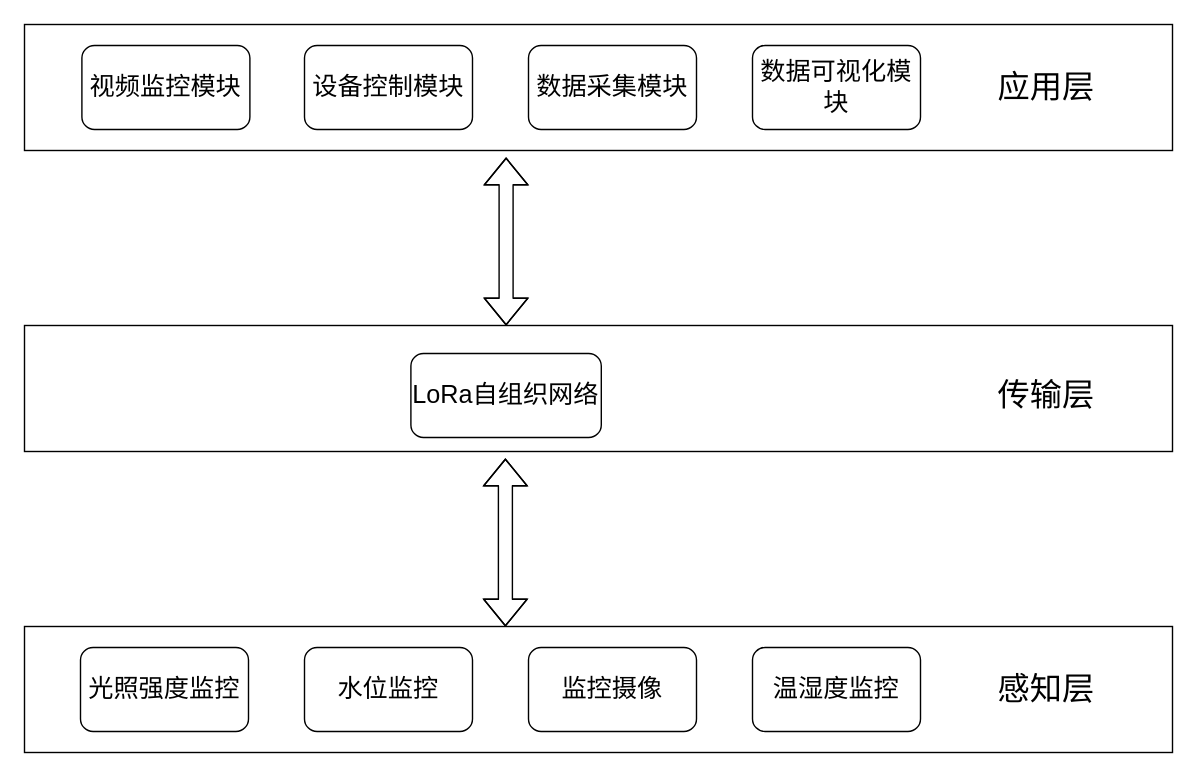
Earlier version of the draw.io diagram 111.drawio (xingxing7290/Hello-World). Source tidied: cells renumbered, new cells numbered last; positions are measured from the earlier drawing's top-left corner, leaving out a move shared by most shapes. Both pictures are drawn from the tidied source at 140%, with x=0, y=0 at pixel (24, 24).
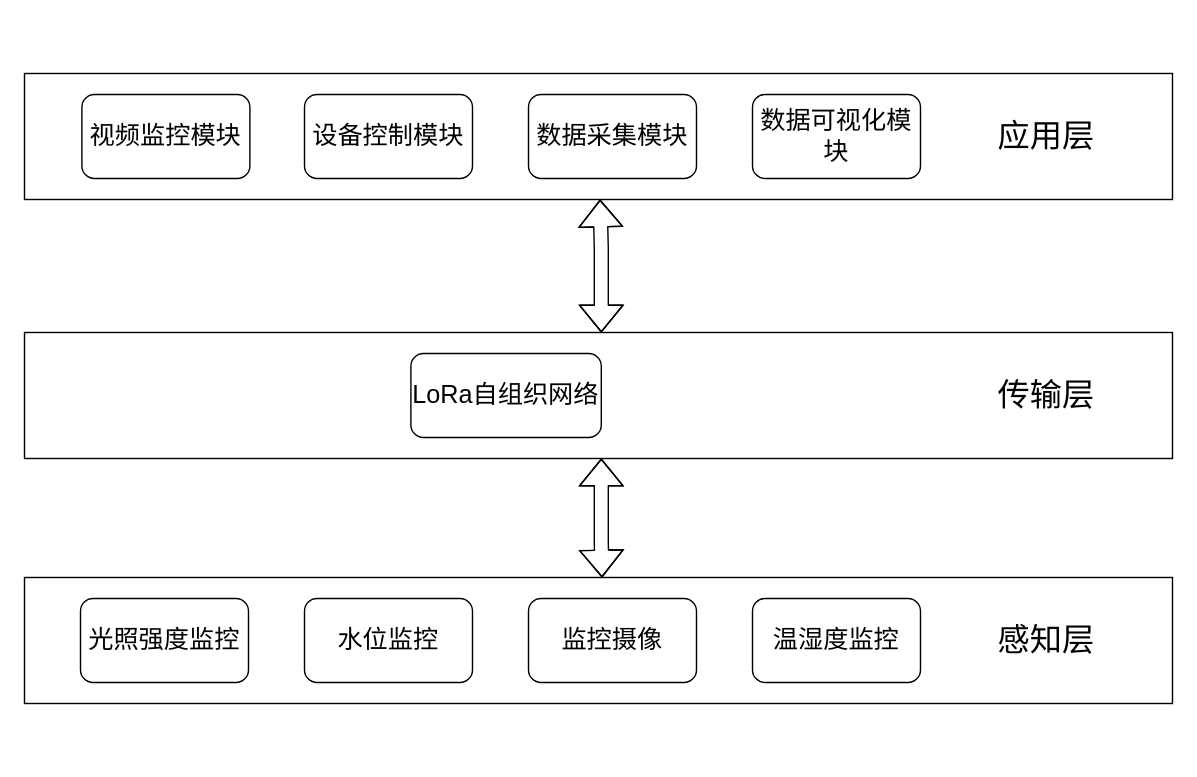
Above is the later version.

Change to the diagram source:
```diff
@@
     <mxCell id="2" style="rounded=0;whiteSpace=wrap;html=1;fontSize=18;" parent="1" vertex="1">
-      <mxGeometry y="430" width="820" height="90" as="geometry" />
+      <mxGeometry y="395" width="820" height="90" as="geometry" />
     </mxCell>
     <mxCell id="3" style="rounded=0;whiteSpace=wrap;html=1;fontSize=18;" parent="1" vertex="1">
-      <mxGeometry y="215" width="820" height="90" as="geometry" />
+      <mxGeometry y="220" width="820" height="90" as="geometry" />
     </mxCell>
     <mxCell id="4" style="rounded=0;whiteSpace=wrap;html=1;fontSize=18;" parent="1" vertex="1">
-      <mxGeometry width="820" height="90" as="geometry" />
+      <mxGeometry y="35" width="820" height="90" as="geometry" />
     </mxCell>
     <mxCell id="5" value="&lt;font style=&quot;font-size: 18px&quot;&gt;视频监控模块&lt;/font&gt;" style="rounded=1;whiteSpace=wrap;html=1;" parent="1" vertex="1">
-      <mxGeometry x="41" y="15" width="120" height="60" as="geometry" />
+      <mxGeometry x="41" y="50" width="120" height="60" as="geometry" />
     </mxCell>
     <mxCell id="6" value="设备控制模块" style="rounded=1;whiteSpace=wrap;html=1;fontSize=18;" parent="1" vertex="1">
-      <mxGeometry x="200" y="15" width="120" height="60" as="geometry" />
+      <mxGeometry x="200" y="50" width="120" height="60" as="geometry" />
     </mxCell>
     <mxCell id="7" value="数据采集模块" style="rounded=1;whiteSpace=wrap;html=1;fontSize=18;" parent="1" vertex="1">
-      <mxGeometry x="360" y="15" width="120" height="60" as="geometry" />
+      <mxGeometry x="360" y="50" width="120" height="60" as="geometry" />
     </mxCell>
     <mxCell id="8" value="数据可视化模块" style="rounded=1;whiteSpace=wrap;html=1;fontSize=18;" parent="1" vertex="1">
-      <mxGeometry x="520" y="15" width="120" height="60" as="geometry" />
+      <mxGeometry x="520" y="50" width="120" height="60" as="geometry" />
     </mxCell>
-    <mxCell id="9" style="shape=flexArrow;endArrow=classic;startArrow=classic;html=1;" parent="1" edge="1">
+    <mxCell id="9" style="shape=flexArrow;endArrow=classic;startArrow=classic;html=1;" parent="1" edge="1" target="4">
       <mxGeometry relative="1" as="geometry">
-        <mxPoint x="344" y="215" as="sourcePoint" />
-        <mxPoint x="344" y="95" as="targetPoint" />
+        <mxPoint x="412" y="220" as="sourcePoint" />
         <Array as="points">
-          <mxPoint x="344" y="155" />
+          <mxPoint x="412" y="160" />
         </Array>
       </mxGeometry>
     </mxCell>
@@
     <mxCell id="11" value="光照强度监控" style="rounded=1;whiteSpace=wrap;html=1;fontSize=18;" parent="1" vertex="1">
-      <mxGeometry x="40" y="445" width="120" height="60" as="geometry" />
+      <mxGeometry x="40" y="410" width="120" height="60" as="geometry" />
     </mxCell>
     <mxCell id="12" style="shape=flexArrow;endArrow=classic;startArrow=classic;html=1;" parent="1" edge="1">
       <mxGeometry relative="1" as="geometry">
-        <mxPoint x="343.5" y="430" as="sourcePoint" />
-        <mxPoint x="343.5" y="310" as="targetPoint" />
+        <mxPoint x="412.5" y="395" as="sourcePoint" />
+        <mxPoint x="412" y="310" as="targetPoint" />
         <Array as="points">
-          <mxPoint x="343.5" y="370" />
+          <mxPoint x="412" y="370" />
         </Array>
       </mxGeometry>
     </mxCell>
     <mxCell id="13" value="水位监控" style="rounded=1;whiteSpace=wrap;html=1;fontSize=18;" parent="1" vertex="1">
-      <mxGeometry x="200" y="445" width="120" height="60" as="geometry" />
+      <mxGeometry x="200" y="410" width="120" height="60" as="geometry" />
     </mxCell>
     <mxCell id="14" value="监控摄像" style="rounded=1;whiteSpace=wrap;html=1;fontSize=18;" parent="1" vertex="1">
-      <mxGeometry x="360" y="445" width="120" height="60" as="geometry" />
+      <mxGeometry x="360" y="410" width="120" height="60" as="geometry" />
     </mxCell>
     <mxCell id="15" value="温湿度监控" style="rounded=1;whiteSpace=wrap;html=1;fontSize=18;" parent="1" vertex="1">
-      <mxGeometry x="520" y="445" width="120" height="60" as="geometry" />
+      <mxGeometry x="520" y="410" width="120" height="60" as="geometry" />
     </mxCell>
     <mxCell id="16" value="感知层" style="text;html=1;strokeColor=none;fillColor=none;align=center;verticalAlign=middle;whiteSpace=wrap;rounded=0;strokeWidth=4;fontSize=23;" parent="1" vertex="1">
-      <mxGeometry x="690" y="465" width="80" height="20" as="geometry" />
+      <mxGeometry x="690" y="430" width="80" height="20" as="geometry" />
     </mxCell>
@@
     <mxCell id="18" value="应用层" style="text;html=1;strokeColor=none;fillColor=none;align=center;verticalAlign=middle;whiteSpace=wrap;rounded=0;strokeWidth=4;fontSize=23;" parent="1" vertex="1">
-      <mxGeometry x="690" y="35" width="80" height="20" as="geometry" />
+      <mxGeometry x="690" y="70" width="80" height="20" as="geometry" />
     </mxCell>
```
